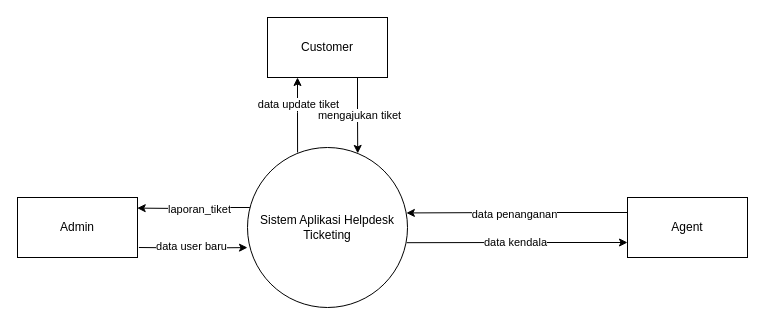
Earlier version of the draw.io diagram page "hasil revisi" (2 of 2) of skripsi-dfdkv2.drawio (raflialkindhi/graph-save). Source tidied: cells renumbered, new cells numbered last; positions are measured from the earlier drawing's top-left corner, leaving out a move shared by most shapes. Both pictures are drawn from the tidied source at 100%, with x=0, y=0 at pixel (17, 17).
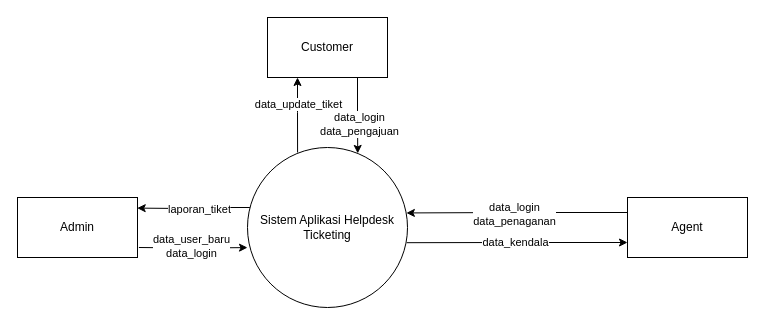
The same diagram, later.

Unchanged cells that the change refers to:
```xml
<mxCell id="5" style="edgeStyle=orthogonalEdgeStyle;rounded=0;jettySize=auto;html=1;exitX=0;exitY=0.25;exitDx=0;exitDy=0;entryX=0.993;entryY=0.409;entryDx=0;entryDy=0;entryPerimeter=0;" parent="1" edge="1" source="9" target="4">
  <mxGeometry relative="1" as="geometry" />
</mxCell>
<mxCell id="7" style="edgeStyle=orthogonalEdgeStyle;rounded=0;jettySize=auto;html=1;exitX=0;exitY=0.75;exitDx=0;exitDy=0;entryX=0.995;entryY=0.595;entryDx=0;entryDy=0;entryPerimeter=0;startArrow=classic;startFill=1;endArrow=none;endFill=0;" parent="1" edge="1" source="9" target="4">
  <mxGeometry relative="1" as="geometry" />
</mxCell>
<mxCell id="10" style="edgeStyle=orthogonalEdgeStyle;rounded=0;orthogonalLoop=1;jettySize=auto;html=1;entryX=-0.009;entryY=0.407;entryDx=0;entryDy=0;exitX=1;exitY=0.25;exitDx=0;exitDy=0;entryPerimeter=0;" parent="1" edge="1">
  <mxGeometry relative="1" as="geometry">
    <mxPoint x="121.4" y="230" as="sourcePoint" />
    <mxPoint x="230" y="230.1" as="targetPoint" />
  </mxGeometry>
</mxCell>
<mxCell id="13" style="edgeStyle=orthogonalEdgeStyle;rounded=0;jettySize=auto;html=1;exitX=0.75;exitY=1;exitDx=0;exitDy=0;entryX=0.689;entryY=0.037;entryDx=0;entryDy=0;entryPerimeter=0;" parent="1" edge="1" source="17" target="4">
  <mxGeometry relative="1" as="geometry" />
</mxCell>
<mxCell id="15" style="edgeStyle=orthogonalEdgeStyle;rounded=0;jettySize=auto;html=1;exitX=0.25;exitY=1;exitDx=0;exitDy=0;entryX=0.313;entryY=0.031;entryDx=0;entryDy=0;entryPerimeter=0;endArrow=none;endFill=0;startArrow=classic;startFill=1;" parent="1" edge="1" source="17" target="4">
  <mxGeometry relative="1" as="geometry" />
</mxCell>
```

What changed in the source:
```diff
@@
-    <mxCell id="6" value="data penanganan" style="edgeLabel;html=1;align=center;verticalAlign=middle;" parent="5" vertex="1">
+    <mxCell id="6" value="&lt;div&gt;data_login&lt;br&gt;&lt;/div&gt;&lt;div&gt;data_penaganan&lt;/div&gt;" style="edgeLabel;html=1;align=center;verticalAlign=middle;" parent="5" vertex="1">
       <mxGeometry x="0.03" y="1" relative="1" as="geometry" />
     </mxCell>
@@
-    <mxCell id="8" value="data kendala" style="edgeLabel;html=1;align=center;verticalAlign=middle;" parent="7" vertex="1">
+    <mxCell id="8" value="data_kendala" style="edgeLabel;html=1;align=center;verticalAlign=middle;" parent="7" vertex="1">
       <mxGeometry x="0.02" y="-1" relative="1" as="geometry" />
     </mxCell>
@@
-    <mxCell id="11" value="data user baru" style="edgeLabel;html=1;align=center;verticalAlign=middle;" parent="10" vertex="1">
+    <mxCell id="11" value="&lt;div&gt;data_user_baru&lt;/div&gt;&lt;div&gt;data_login&lt;br&gt;&lt;/div&gt;" style="edgeLabel;html=1;align=center;verticalAlign=middle;" parent="10" vertex="1">
       <mxGeometry x="-0.05" y="2" relative="1" as="geometry" />
     </mxCell>
@@
-    <mxCell id="14" value="mengajukan tiket" style="edgeLabel;html=1;align=center;verticalAlign=middle;" parent="13" vertex="1">
-      <mxGeometry y="1" relative="1" as="geometry" />
+    <mxCell id="14" value="&lt;div&gt;data_login&lt;/div&gt;&lt;div&gt;data_pengajuan&lt;/div&gt;" style="edgeLabel;html=1;align=center;verticalAlign=middle;" parent="13" vertex="1">
+      <mxGeometry y="1" relative="1" as="geometry">
+        <mxPoint y="9" as="offset" />
+      </mxGeometry>
     </mxCell>
@@
-    <mxCell id="16" value="data update tiket" style="edgeLabel;html=1;align=center;verticalAlign=middle;" parent="15" vertex="1">
+    <mxCell id="16" value="data_update_tiket" style="edgeLabel;html=1;align=center;verticalAlign=middle;" parent="15" vertex="1">
       <mxGeometry x="-0.26" y="1" relative="1" as="geometry">
         <mxPoint x="-1" y="-2" as="offset" />
       </mxGeometry>
     </mxCell>
```
